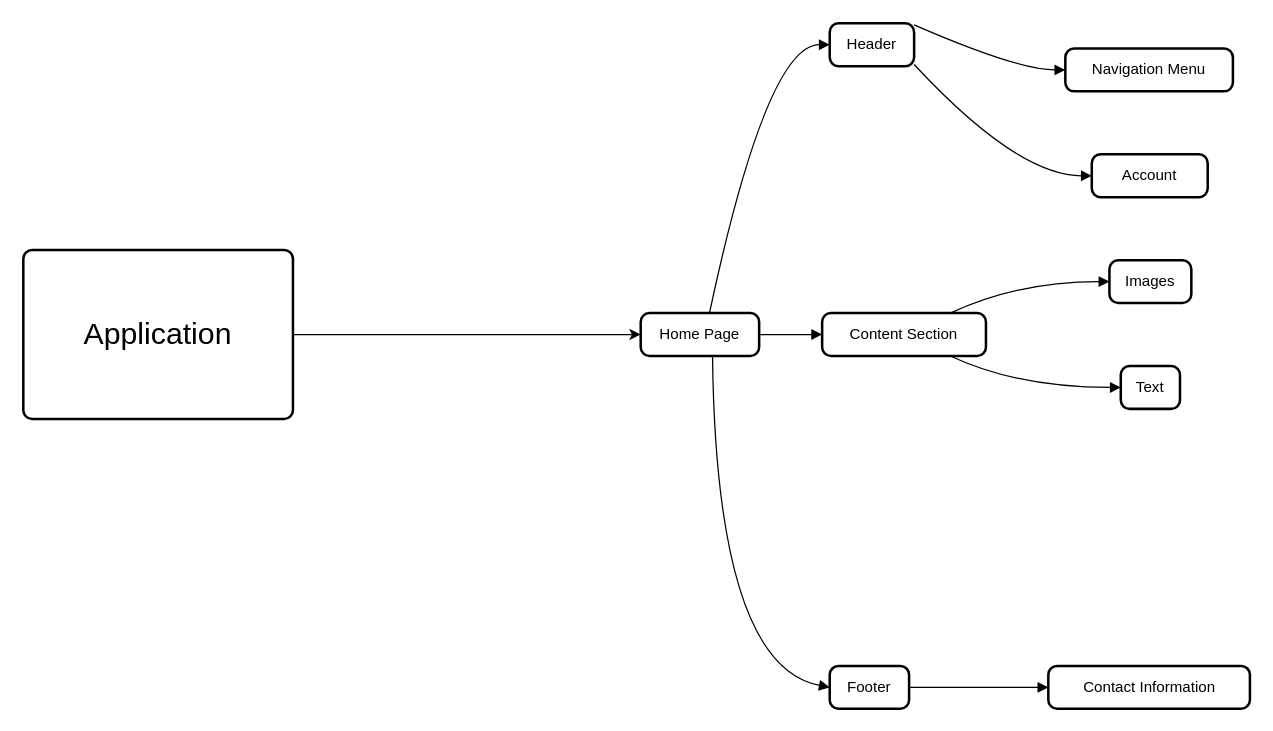
Earlier version of the draw.io diagram planning/Untitled Diagram.drawio (cjfritz9/ecomm-for-kids). Source tidied: cells renumbered, new cells numbered last; positions are measured from the earlier drawing's top-left corner, leaving out a move shared by most shapes. Both pictures are drawn from the tidied source at 126%, with x=0, y=0 at pixel (23, 23).
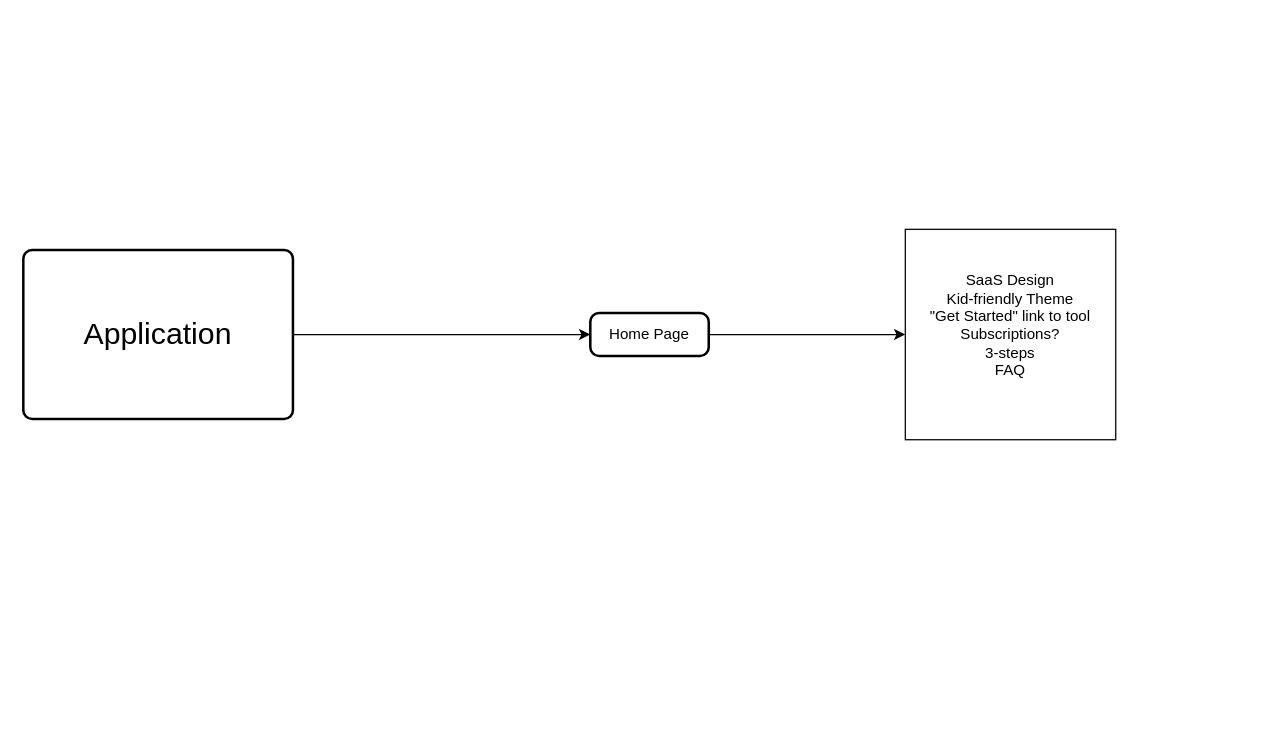
The same diagram, later.

Change to the diagram source:
```diff
@@
+    <mxCell id="21" style="edgeStyle=orthogonalEdgeStyle;rounded=0;jettySize=auto;html=1;" parent="1" edge="1" source="2">
+      <mxGeometry relative="1" as="geometry">
+        <mxPoint x="700" y="247" as="targetPoint" />
+      </mxGeometry>
+    </mxCell>
     <mxCell id="2" value="Home Page" style="rounded=1;absoluteArcSize=1;arcSize=14;whiteSpace=wrap;strokeWidth=2;" parent="1" vertex="1">
-      <mxGeometry x="490" y="230" width="94" height="34" as="geometry" />
+      <mxGeometry x="450" y="230" width="94" height="34" as="geometry" />
     </mxCell>
-    <mxCell id="3" value="Header" style="rounded=1;absoluteArcSize=1;arcSize=14;whiteSpace=wrap;strokeWidth=2;" parent="1" vertex="1">
-      <mxGeometry x="640" width="67" height="34" as="geometry" />
-    </mxCell>
-    <mxCell id="4" value="Content Section" style="rounded=1;absoluteArcSize=1;arcSize=14;whiteSpace=wrap;strokeWidth=2;" parent="1" vertex="1">
-      <mxGeometry x="634" y="230" width="130" height="34" as="geometry" />
-    </mxCell>
-    <mxCell id="5" value="Footer" style="rounded=1;absoluteArcSize=1;arcSize=14;whiteSpace=wrap;strokeWidth=2;" parent="1" vertex="1">
-      <mxGeometry x="640" y="510" width="63" height="34" as="geometry" />
-    </mxCell>
-    <mxCell id="6" value="Navigation Menu" style="rounded=1;absoluteArcSize=1;arcSize=14;whiteSpace=wrap;strokeWidth=2;" parent="1" vertex="1">
-      <mxGeometry x="827" y="20" width="133" height="34" as="geometry" />
-    </mxCell>
-    <mxCell id="7" value="Account" style="rounded=1;absoluteArcSize=1;arcSize=14;whiteSpace=wrap;strokeWidth=2;" parent="1" vertex="1">
-      <mxGeometry x="848" y="104" width="92" height="34" as="geometry" />
-    </mxCell>
-    <mxCell id="8" value="Images" style="rounded=1;absoluteArcSize=1;arcSize=14;whiteSpace=wrap;strokeWidth=2;" parent="1" vertex="1">
-      <mxGeometry x="862" y="188" width="65" height="34" as="geometry" />
-    </mxCell>
-    <mxCell id="9" value="Text" style="rounded=1;absoluteArcSize=1;arcSize=14;whiteSpace=wrap;strokeWidth=2;" parent="1" vertex="1">
-      <mxGeometry x="871" y="272" width="47" height="34" as="geometry" />
-    </mxCell>
-    <mxCell id="10" value="Contact Information" style="rounded=1;absoluteArcSize=1;arcSize=14;whiteSpace=wrap;strokeWidth=2;" parent="1" vertex="1">
-      <mxGeometry x="813.5" y="510" width="160" height="34" as="geometry" />
-    </mxCell>
-    <mxCell id="11" style="curved=1;startArrow=none;endArrow=block;exitX=0.5803905359517477;exitY=0;entryX=-0.00408115671641791;entryY=0.5;" parent="1" edge="1" source="2" target="3">
-      <mxGeometry relative="1" as="geometry">
-        <Array as="points">
-          <mxPoint x="590" y="17" />
-        </Array>
-      </mxGeometry>
-    </mxCell>
-    <mxCell id="12" style="curved=1;startArrow=none;endArrow=block;exitX=1.0052360372340425;exitY=0.5;entryX=0.0037860576923076923;entryY=0.5;" parent="1" edge="1" source="2" target="4">
-      <mxGeometry relative="1" as="geometry" />
-    </mxCell>
-    <mxCell id="13" style="curved=1;startArrow=none;endArrow=block;exitX=0.6063147083966566;exitY=1;entryX=0.00043402777777777775;entryY=0.5;" parent="1" edge="1" source="2" target="5">
-      <mxGeometry relative="1" as="geometry">
-        <Array as="points">
-          <mxPoint x="550" y="510" />
-        </Array>
-      </mxGeometry>
-    </mxCell>
-    <mxCell id="14" style="curved=1;startArrow=none;endArrow=block;exitX=0.9995335820895522;exitY=0.03779174583366373;entryX=0.003406954887218045;entryY=0.5;" parent="1" edge="1" source="3" target="6">
-      <mxGeometry relative="1" as="geometry">
-        <Array as="points">
-          <mxPoint x="789" y="37" />
-        </Array>
-      </mxGeometry>
-    </mxCell>
-    <mxCell id="15" style="curved=1;startArrow=none;endArrow=block;exitX=0.9995335820895522;exitY=0.9622082541663363;entryX=0.0013162364130434783;entryY=0.5;" parent="1" edge="1" source="3" target="7">
-      <mxGeometry relative="1" as="geometry">
-        <Array as="points">
-          <mxPoint x="789" y="121" />
-        </Array>
-      </mxGeometry>
-    </mxCell>
-    <mxCell id="16" style="curved=1;startArrow=none;endArrow=block;exitX=0.7824440533424908;exitY=0;entryX=-0.005108173076923077;entryY=0.5;" parent="1" edge="1" source="4" target="8">
-      <mxGeometry relative="1" as="geometry">
-        <Array as="points">
-          <mxPoint x="789" y="205" />
-        </Array>
-      </mxGeometry>
-    </mxCell>
-    <mxCell id="17" style="curved=1;startArrow=none;endArrow=block;exitX=0.7824440533424908;exitY=1;entryX=-0.008560505319148936;entryY=0.5;" parent="1" edge="1" source="4" target="9">
-      <mxGeometry relative="1" as="geometry">
-        <Array as="points">
-          <mxPoint x="789" y="289" />
-        </Array>
-      </mxGeometry>
-    </mxCell>
-    <mxCell id="18" style="curved=1;startArrow=none;endArrow=block;exitX=0.9947296626984127;exitY=0.5;entryX=0.00126953125;entryY=0.5;" parent="1" edge="1" source="5" target="10">
-      <mxGeometry relative="1" as="geometry" />
-    </mxCell>
@@
+    <mxCell id="22" value="SaaS Design&lt;div&gt;Kid-friendly Theme&lt;/div&gt;&lt;div&gt;&quot;Get Started&quot; link to tool&lt;/div&gt;&lt;div&gt;Subscriptions?&lt;/div&gt;&lt;div&gt;3-steps&lt;/div&gt;&lt;div&gt;FAQ&lt;/div&gt;&lt;div&gt;&lt;br&gt;&lt;/div&gt;" style="whiteSpace=wrap;html=1;" parent="1" vertex="1">
+      <mxGeometry x="700" y="163.5" width="167" height="167" as="geometry" />
+    </mxCell>
```
